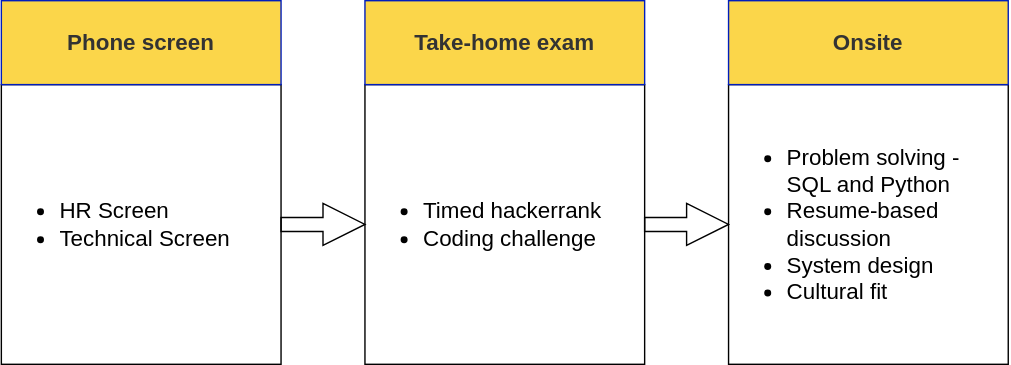
wynisco/web-dev-site2 keeps this draw.io diagram as static/img/interviewprep/general_process.drawio.svg. Above is the earlier version. Source tidied: cells renumbered, new cells last; positions are measured from the earlier drawing's top-left corner, leaving out a move shared by most shapes. The source it was exported from:
```xml
<mxGraphModel>
  <root>
    <mxCell id="0" />
    <mxCell id="1" parent="0" />
    <mxCell id="2" style="group;" parent="1" vertex="1">
      <mxGeometry x="520" width="200" height="260" as="geometry" />
    </mxCell>
    <mxCell id="3" value="&lt;ul&gt;&lt;li&gt;Problem solving - SQL and Python&lt;/li&gt;&lt;li&gt;Resume-based discussion&lt;/li&gt;&lt;li&gt;System design&lt;/li&gt;&lt;li&gt;Cultural fit&lt;/li&gt;&lt;/ul&gt;" style="rounded=0;whiteSpace=wrap;html=1;fontSize=16;align=left;horizontal=1;" parent="2" vertex="1">
      <mxGeometry y="60" width="200" height="200" as="geometry" />
    </mxCell>
    <mxCell id="4" value="Onsite" style="rounded=0;whiteSpace=wrap;html=1;fontSize=16;fontStyle=1;align=center;fillColor=#FBD64A;fontColor=#333333;strokeColor=#001DBC;" parent="2" vertex="1">
      <mxGeometry width="200" height="60" as="geometry" />
    </mxCell>
    <mxCell id="5" style="group;" parent="1" vertex="1">
      <mxGeometry x="260" width="200" height="260" as="geometry" />
    </mxCell>
    <mxCell id="6" value="&lt;ul&gt;&lt;li&gt;Timed hackerrank&lt;/li&gt;&lt;li&gt;Coding challenge&lt;/li&gt;&lt;/ul&gt;" style="rounded=0;whiteSpace=wrap;html=1;fontSize=16;align=left;horizontal=1;" parent="5" vertex="1">
      <mxGeometry y="60" width="200" height="200" as="geometry" />
    </mxCell>
    <mxCell id="7" value="Take-home exam" style="rounded=0;whiteSpace=wrap;html=1;fontSize=16;fontStyle=1;align=center;fillColor=#FBD64A;fontColor=#333333;strokeColor=#001DBC;" parent="5" vertex="1">
      <mxGeometry width="200" height="60" as="geometry" />
    </mxCell>
    <mxCell id="8" style="group;" parent="1" vertex="1">
      <mxGeometry width="200" height="260" as="geometry" />
    </mxCell>
    <mxCell id="9" value="&lt;ul&gt;&lt;li&gt;HR Screen&lt;/li&gt;&lt;li&gt;Technical Screen&lt;/li&gt;&lt;/ul&gt;" style="rounded=0;whiteSpace=wrap;html=1;fontSize=16;align=left;horizontal=1;" parent="8" vertex="1">
      <mxGeometry y="60" width="200" height="200" as="geometry" />
    </mxCell>
    <mxCell id="10" value="Phone screen" style="rounded=0;whiteSpace=wrap;html=1;fontSize=16;fontStyle=1;align=center;fillColor=#FBD64A;fontColor=#333333;strokeColor=#001DBC;" parent="8" vertex="1">
      <mxGeometry width="200" height="60" as="geometry" />
    </mxCell>
    <mxCell id="11" style="edgeStyle=none;html=1;entryX=0;entryY=0.5;entryDx=0;entryDy=0;fontColor=#333333;strokeWidth=1;shape=arrow;" parent="1" edge="1" source="9" target="6">
      <mxGeometry relative="1" as="geometry" />
    </mxCell>
    <mxCell id="12" style="edgeStyle=none;html=1;entryX=0;entryY=0.5;entryDx=0;entryDy=0;fontColor=#333333;strokeWidth=1;shape=arrow;" parent="1" edge="1" source="6" target="3">
      <mxGeometry relative="1" as="geometry" />
    </mxCell>
  </root>
</mxGraphModel>
```
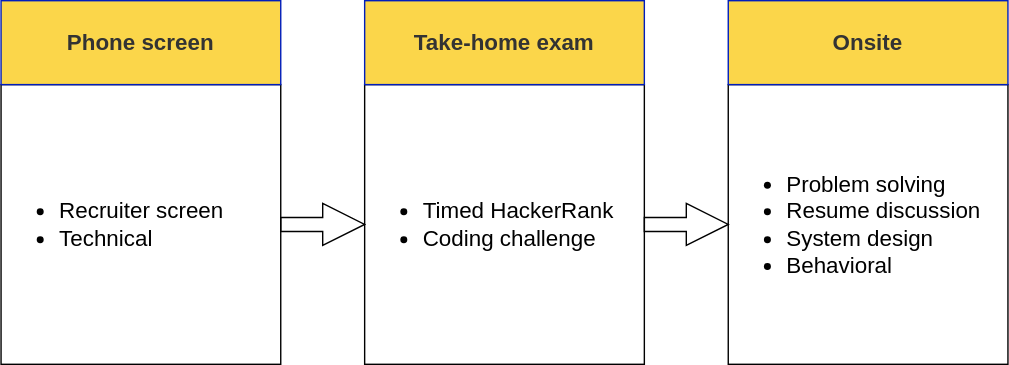
Later version of the same file.

What changed in the source:
```diff
@@ -5,7 +5,7 @@
     <mxCell id="2" style="group;" parent="1" vertex="1">
       <mxGeometry x="520" width="200" height="260" as="geometry" />
     </mxCell>
-    <mxCell id="3" value="&lt;ul&gt;&lt;li&gt;Problem solving - SQL and Python&lt;/li&gt;&lt;li&gt;Resume-based discussion&lt;/li&gt;&lt;li&gt;System design&lt;/li&gt;&lt;li&gt;Cultural fit&lt;/li&gt;&lt;/ul&gt;" style="rounded=0;whiteSpace=wrap;html=1;fontSize=16;align=left;horizontal=1;" parent="2" vertex="1">
+    <mxCell id="3" value="&lt;ul&gt;&lt;li&gt;Problem solving&lt;/li&gt;&lt;li&gt;Resume discussion&lt;/li&gt;&lt;li&gt;System design&lt;/li&gt;&lt;li&gt;Behavioral&lt;/li&gt;&lt;/ul&gt;" style="rounded=0;whiteSpace=wrap;html=1;fontSize=16;align=left;horizontal=1;" parent="2" vertex="1">
       <mxGeometry y="60" width="200" height="200" as="geometry" />
     </mxCell>
     <mxCell id="4" value="Onsite" style="rounded=0;whiteSpace=wrap;html=1;fontSize=16;fontStyle=1;align=center;fillColor=#FBD64A;fontColor=#333333;strokeColor=#001DBC;" parent="2" vertex="1">
@@ -14,7 +14,7 @@
     <mxCell id="5" style="group;" parent="1" vertex="1">
       <mxGeometry x="260" width="200" height="260" as="geometry" />
     </mxCell>
-    <mxCell id="6" value="&lt;ul&gt;&lt;li&gt;Timed hackerrank&lt;/li&gt;&lt;li&gt;Coding challenge&lt;/li&gt;&lt;/ul&gt;" style="rounded=0;whiteSpace=wrap;html=1;fontSize=16;align=left;horizontal=1;" parent="5" vertex="1">
+    <mxCell id="6" value="&lt;ul&gt;&lt;li&gt;Timed HackerRank&lt;/li&gt;&lt;li&gt;Coding challenge&lt;/li&gt;&lt;/ul&gt;" style="rounded=0;whiteSpace=wrap;html=1;fontSize=16;align=left;horizontal=1;" parent="5" vertex="1">
       <mxGeometry y="60" width="200" height="200" as="geometry" />
     </mxCell>
     <mxCell id="7" value="Take-home exam" style="rounded=0;whiteSpace=wrap;html=1;fontSize=16;fontStyle=1;align=center;fillColor=#FBD64A;fontColor=#333333;strokeColor=#001DBC;" parent="5" vertex="1">
@@ -23,7 +23,7 @@
     <mxCell id="8" style="group;" parent="1" vertex="1">
       <mxGeometry width="200" height="260" as="geometry" />
     </mxCell>
-    <mxCell id="9" value="&lt;ul&gt;&lt;li&gt;HR Screen&lt;/li&gt;&lt;li&gt;Technical Screen&lt;/li&gt;&lt;/ul&gt;" style="rounded=0;whiteSpace=wrap;html=1;fontSize=16;align=left;horizontal=1;" parent="8" vertex="1">
+    <mxCell id="9" value="&lt;ul&gt;&lt;li&gt;Recruiter screen&lt;/li&gt;&lt;li&gt;Technical&lt;/li&gt;&lt;/ul&gt;" style="rounded=0;whiteSpace=wrap;html=1;fontSize=16;align=left;horizontal=1;" parent="8" vertex="1">
       <mxGeometry y="60" width="200" height="200" as="geometry" />
     </mxCell>
     <mxCell id="10" value="Phone screen" style="rounded=0;whiteSpace=wrap;html=1;fontSize=16;fontStyle=1;align=center;fillColor=#FBD64A;fontColor=#333333;strokeColor=#001DBC;" parent="8" vertex="1">
```
